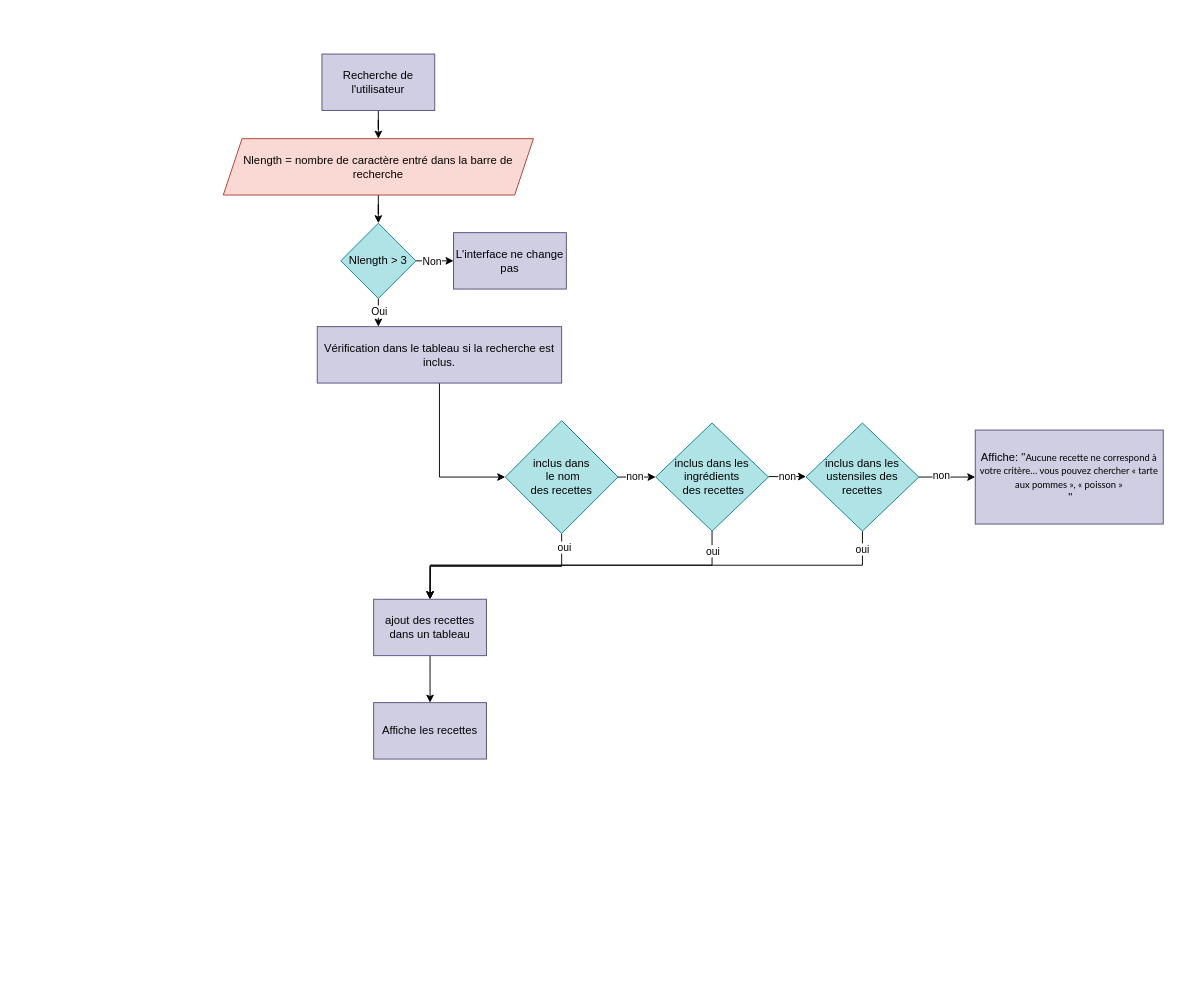
The draw.io diagram Untitled Diagram.drawio in stevebraco/algorigram, before the edit. Source tidied: cells renumbered, new cells numbered last; positions are measured from the earlier drawing's top-left corner, leaving out a move shared by most shapes. Both pictures are drawn from the tidied source at 94%, with x=0, y=0 at pixel (223, 54).
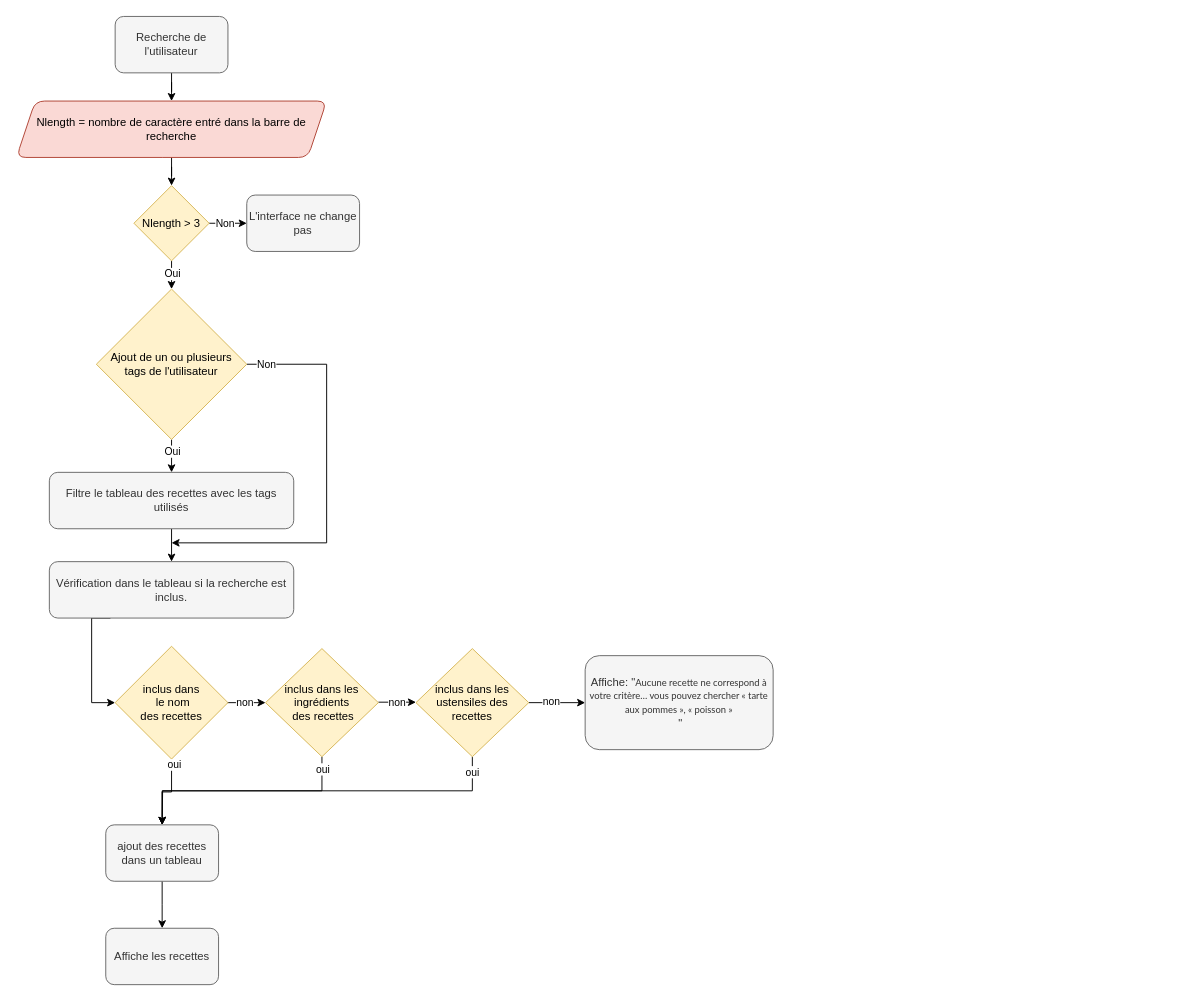
The same diagram, later.

What changed in the source:
```diff
@@
-    <mxCell id="3" value="Recherche de l'utilisateur" style="whiteSpace=wrap;html=1;labelPosition=center;verticalLabelPosition=middle;align=center;verticalAlign=middle;fillColor=#d0cee2;strokeColor=#56517e;" parent="1" vertex="1">
-      <mxGeometry x="105" width="120" height="60" as="geometry" />
+    <mxCell id="3" value="Recherche de l'utilisateur" style="whiteSpace=wrap;html=1;labelPosition=center;verticalLabelPosition=middle;align=center;verticalAlign=middle;fillColor=#f5f5f5;strokeColor=#666666;fontColor=#333333;rounded=1;" parent="1" vertex="1">
+      <mxGeometry x="-115" y="-40" width="120" height="60" as="geometry" />
     </mxCell>
@@
-    <mxCell id="5" value="Nlength = nombre de caractère entré dans la barre de recherche" style="shape=parallelogram;perimeter=parallelogramPerimeter;whiteSpace=wrap;html=1;fixedSize=1;fillColor=#fad9d5;strokeColor=#ae4132;" parent="1" vertex="1">
-      <mxGeometry y="90" width="330" height="60" as="geometry" />
+    <mxCell id="5" value="Nlength = nombre de caractère entré dans la barre de recherche" style="shape=parallelogram;perimeter=parallelogramPerimeter;whiteSpace=wrap;html=1;fixedSize=1;fillColor=#fad9d5;strokeColor=#ae4132;rounded=1;" parent="1" vertex="1">
+      <mxGeometry x="-220" y="50" width="330" height="60" as="geometry" />
     </mxCell>
@@
     <mxCell id="8" style="edgeStyle=orthogonalEdgeStyle;rounded=0;jettySize=auto;html=1;labelPosition=center;verticalLabelPosition=middle;align=center;verticalAlign=middle;" parent="1" edge="1" source="10">
       <mxGeometry relative="1" as="geometry">
-        <mxPoint x="165" y="290" as="targetPoint" />
+        <mxPoint x="-55" y="250" as="targetPoint" />
       </mxGeometry>
     </mxCell>
@@
-    <mxCell id="10" value="Nlength &amp;gt; 3" style="rhombus;whiteSpace=wrap;html=1;labelPosition=center;verticalLabelPosition=middle;align=center;verticalAlign=middle;fillColor=#b0e3e6;strokeColor=#0e8088;" parent="1" vertex="1">
-      <mxGeometry x="125" y="180" width="80" height="80" as="geometry" />
+    <mxCell id="10" value="Nlength &amp;gt; 3" style="rhombus;whiteSpace=wrap;html=1;labelPosition=center;verticalLabelPosition=middle;align=center;verticalAlign=middle;fillColor=#fff2cc;strokeColor=#d6b656;" parent="1" vertex="1">
+      <mxGeometry x="-95" y="140" width="80" height="80" as="geometry" />
     </mxCell>
-    <mxCell id="11" value="L'interface ne change pas" style="whiteSpace=wrap;html=1;labelPosition=center;verticalLabelPosition=middle;align=center;verticalAlign=middle;fillColor=#d0cee2;strokeColor=#56517e;" parent="1" vertex="1">
-      <mxGeometry x="245" y="190" width="120" height="60" as="geometry" />
+    <mxCell id="11" value="L'interface ne change pas" style="whiteSpace=wrap;html=1;labelPosition=center;verticalLabelPosition=middle;align=center;verticalAlign=middle;fillColor=#f5f5f5;strokeColor=#666666;rounded=1;fontColor=#333333;" parent="1" vertex="1">
+      <mxGeometry x="25" y="150" width="120" height="60" as="geometry" />
     </mxCell>
     <mxCell id="12" style="edgeStyle=orthogonalEdgeStyle;rounded=0;jettySize=auto;html=1;exitX=0.5;exitY=1;exitDx=0;exitDy=0;entryX=0.5;entryY=0;entryDx=0;entryDy=0;shadow=0;startArrow=none;startFill=0;endArrow=classic;endFill=1;strokeColor=default;labelPosition=center;verticalLabelPosition=middle;align=center;verticalAlign=middle;" parent="1" edge="1" source="13">
       <mxGeometry relative="1" as="geometry">
-        <mxPoint x="220" y="690" as="targetPoint" />
+        <mxPoint x="-65" y="930" as="targetPoint" />
       </mxGeometry>
     </mxCell>
-    <mxCell id="13" value="ajout des recettes dans un tableau" style="whiteSpace=wrap;html=1;labelPosition=center;verticalLabelPosition=middle;align=center;verticalAlign=middle;fillColor=#d0cee2;strokeColor=#56517e;" parent="1" vertex="1">
-      <mxGeometry x="160" y="580" width="120" height="60" as="geometry" />
+    <mxCell id="13" value="ajout des recettes dans un tableau" style="whiteSpace=wrap;html=1;labelPosition=center;verticalLabelPosition=middle;align=center;verticalAlign=middle;fillColor=#f5f5f5;strokeColor=#666666;rounded=1;fontColor=#333333;" parent="1" vertex="1">
+      <mxGeometry x="-125" y="820" width="120" height="60" as="geometry" />
     </mxCell>
     <mxCell id="14" value="non" style="edgeStyle=none;rounded=0;jettySize=auto;html=1;exitX=1;exitY=0.5;exitDx=0;exitDy=0;entryX=0;entryY=0.5;entryDx=0;entryDy=0;shadow=0;startArrow=none;startFill=0;endArrow=classic;endFill=1;strokeColor=default;labelPosition=center;verticalLabelPosition=middle;align=center;verticalAlign=middle;" parent="1" edge="1" target="21">
       <mxGeometry relative="1" as="geometry">
-        <mxPoint x="416" y="450" as="sourcePoint" />
+        <mxPoint x="1" y="690" as="sourcePoint" />
       </mxGeometry>
     </mxCell>
@@
-    <mxCell id="17" value="inclus dans&lt;br&gt;&amp;nbsp;le nom &lt;br&gt;des recettes" style="rhombus;whiteSpace=wrap;html=1;labelPosition=center;verticalLabelPosition=middle;align=center;verticalAlign=middle;fillColor=#b0e3e6;strokeColor=#0e8088;" parent="1" vertex="1">
-      <mxGeometry x="300" y="390" width="120" height="120" as="geometry" />
+    <mxCell id="17" value="inclus dans&lt;br&gt;&amp;nbsp;le nom &lt;br&gt;des recettes" style="rhombus;whiteSpace=wrap;html=1;labelPosition=center;verticalLabelPosition=middle;align=center;verticalAlign=middle;fillColor=#fff2cc;strokeColor=#d6b656;" parent="1" vertex="1">
+      <mxGeometry x="-115" y="630" width="120" height="120" as="geometry" />
     </mxCell>
     <mxCell id="18" value="non" style="edgeStyle=none;rounded=0;orthogonalLoop=1;jettySize=auto;html=1;exitX=1;exitY=0.5;exitDx=0;exitDy=0;entryX=0;entryY=0.5;entryDx=0;entryDy=0;shadow=0;startArrow=none;startFill=0;endArrow=classic;endFill=1;strokeColor=default;labelPosition=center;verticalLabelPosition=middle;align=center;verticalAlign=middle;" parent="1" edge="1">
       <mxGeometry relative="1" as="geometry">
-        <mxPoint x="580" y="449.5" as="sourcePoint" />
-        <mxPoint x="620" y="449.5" as="targetPoint" />
+        <mxPoint x="165" y="689.5" as="sourcePoint" />
+        <mxPoint x="205" y="689.5" as="targetPoint" />
       </mxGeometry>
     </mxCell>
@@
-    <mxCell id="21" value="inclus dans les ingrédients&lt;br&gt;&amp;nbsp;des recettes" style="rhombus;whiteSpace=wrap;html=1;labelPosition=center;verticalLabelPosition=middle;align=center;verticalAlign=middle;fillColor=#b0e3e6;strokeColor=#0e8088;" parent="1" vertex="1">
-      <mxGeometry x="460" y="392.5" width="120" height="115" as="geometry" />
+    <mxCell id="21" value="inclus dans les ingrédients&lt;br&gt;&amp;nbsp;des recettes" style="rhombus;whiteSpace=wrap;html=1;labelPosition=center;verticalLabelPosition=middle;align=center;verticalAlign=middle;fillColor=#fff2cc;strokeColor=#d6b656;" parent="1" vertex="1">
+      <mxGeometry x="45" y="632.5" width="120" height="115" as="geometry" />
     </mxCell>
     <mxCell id="22" style="edgeStyle=orthogonalEdgeStyle;rounded=0;jettySize=auto;html=1;exitX=0.5;exitY=1;exitDx=0;exitDy=0;shadow=0;startArrow=none;startFill=0;endArrow=classic;endFill=1;strokeColor=default;labelPosition=center;verticalLabelPosition=middle;align=center;verticalAlign=middle;" parent="1" edge="1" source="26">
       <mxGeometry relative="1" as="geometry">
-        <mxPoint x="220" y="580" as="targetPoint" />
+        <mxPoint x="-65" y="820" as="targetPoint" />
       </mxGeometry>
     </mxCell>
@@
-    <mxCell id="26" value="inclus dans les ustensiles des recettes" style="rhombus;whiteSpace=wrap;html=1;labelPosition=center;verticalLabelPosition=middle;align=center;verticalAlign=middle;fillColor=#b0e3e6;strokeColor=#0e8088;" parent="1" vertex="1">
-      <mxGeometry x="620" y="392.5" width="120" height="115" as="geometry" />
+    <mxCell id="26" value="inclus dans les ustensiles des recettes" style="rhombus;whiteSpace=wrap;html=1;labelPosition=center;verticalLabelPosition=middle;align=center;verticalAlign=middle;fillColor=#fff2cc;strokeColor=#d6b656;" parent="1" vertex="1">
+      <mxGeometry x="205" y="632.5" width="120" height="115" as="geometry" />
     </mxCell>
-    <mxCell id="27" style="edgeStyle=orthogonalEdgeStyle;rounded=0;jettySize=auto;html=1;exitX=0.5;exitY=1;exitDx=0;exitDy=0;entryX=0;entryY=0.5;entryDx=0;entryDy=0;labelPosition=center;verticalLabelPosition=middle;align=center;verticalAlign=middle;" parent="1" edge="1" source="28" target="17">
-      <mxGeometry relative="1" as="geometry" />
+    <mxCell id="27" style="edgeStyle=orthogonalEdgeStyle;rounded=0;jettySize=auto;html=1;exitX=0.25;exitY=1;exitDx=0;exitDy=0;entryX=0;entryY=0.5;entryDx=0;entryDy=0;" parent="1" edge="1" source="28" target="17">
+      <mxGeometry relative="1" as="geometry">
+        <Array as="points">
+          <mxPoint x="-140" y="600" />
+          <mxPoint x="-140" y="690" />
+        </Array>
+      </mxGeometry>
     </mxCell>
-    <mxCell id="28" value="Vérification dans le tableau si la recherche est inclus." style="whiteSpace=wrap;html=1;labelPosition=center;verticalLabelPosition=middle;align=center;verticalAlign=middle;fillColor=#d0cee2;strokeColor=#56517e;" parent="1" vertex="1">
-      <mxGeometry x="100" y="290" width="260" height="60" as="geometry" />
+    <mxCell id="28" value="Vérification dans le tableau si la recherche est inclus." style="whiteSpace=wrap;html=1;labelPosition=center;verticalLabelPosition=middle;align=center;verticalAlign=middle;fillColor=#f5f5f5;strokeColor=#666666;rounded=1;fontColor=#333333;" parent="1" vertex="1">
+      <mxGeometry x="-185" y="540" width="260" height="60" as="geometry" />
     </mxCell>
@@
-    <mxCell id="30" value="Affiche les recettes" style="whiteSpace=wrap;html=1;labelPosition=center;verticalLabelPosition=middle;align=center;verticalAlign=middle;fillColor=#d0cee2;strokeColor=#56517e;" parent="1" vertex="1">
-      <mxGeometry x="160" y="690" width="120" height="60" as="geometry" />
+    <mxCell id="30" value="Affiche les recettes" style="whiteSpace=wrap;html=1;labelPosition=center;verticalLabelPosition=middle;align=center;verticalAlign=middle;fillColor=#f5f5f5;strokeColor=#666666;rounded=1;fontColor=#333333;" parent="1" vertex="1">
+      <mxGeometry x="-125" y="930" width="120" height="60" as="geometry" />
     </mxCell>
-    <mxCell id="31" value="Affiche: &quot;&lt;span style=&quot;font-family: &amp;#34;lato&amp;#34; , sans-serif ; font-size: 10px&quot;&gt;Aucune recette ne correspond à votre critère… vous pouvez chercher « tarte aux pommes », « poisson »&lt;/span&gt;&lt;br&gt;&amp;nbsp;&quot;" style="whiteSpace=wrap;html=1;labelPosition=center;verticalLabelPosition=middle;align=center;verticalAlign=middle;fillColor=#d0cee2;strokeColor=#56517e;" parent="1" vertex="1">
-      <mxGeometry x="800" y="400" width="200" height="100" as="geometry" />
+    <mxCell id="31" value="Affiche: &quot;&lt;span style=&quot;font-family: &amp;#34;lato&amp;#34; , sans-serif ; font-size: 10px&quot;&gt;Aucune recette ne correspond à votre critère… vous pouvez chercher « tarte aux pommes », « poisson »&lt;/span&gt;&lt;br&gt;&amp;nbsp;&quot;" style="whiteSpace=wrap;html=1;labelPosition=center;verticalLabelPosition=middle;align=center;verticalAlign=middle;fillColor=#f5f5f5;strokeColor=#666666;fontColor=#333333;rounded=1;" parent="1" vertex="1">
+      <mxGeometry x="385" y="640" width="200" height="100" as="geometry" />
     </mxCell>
+    <mxCell id="32" style="edgeStyle=orthogonalEdgeStyle;rounded=0;jettySize=auto;html=1;exitX=0.5;exitY=1;exitDx=0;exitDy=0;entryX=0.5;entryY=0;entryDx=0;entryDy=0;" parent="1" edge="1" source="36" target="38">
+      <mxGeometry relative="1" as="geometry" />
+    </mxCell>
+    <mxCell id="33" value="Oui" style="edgeLabel;html=1;align=center;verticalAlign=middle;" parent="32" vertex="1">
+      <mxGeometry x="-0.14" y="3" relative="1" as="geometry">
+        <mxPoint x="-3" y="-3" as="offset" />
+      </mxGeometry>
+    </mxCell>
+    <mxCell id="34" style="edgeStyle=orthogonalEdgeStyle;rounded=0;jettySize=auto;html=1;exitX=1;exitY=0.5;exitDx=0;exitDy=0;" parent="1" edge="1" source="36">
+      <mxGeometry relative="1" as="geometry">
+        <mxPoint x="-55" y="520" as="targetPoint" />
+        <Array as="points">
+          <mxPoint x="110" y="330" />
+          <mxPoint x="110" y="520" />
+        </Array>
+      </mxGeometry>
+    </mxCell>
+    <mxCell id="35" value="Non" style="edgeLabel;html=1;align=center;verticalAlign=middle;" parent="34" vertex="1">
+      <mxGeometry x="-0.93" relative="1" as="geometry">
+        <mxPoint x="5" as="offset" />
+      </mxGeometry>
+    </mxCell>
+    <mxCell id="36" value="Ajout de un ou plusieurs&lt;br&gt;tags de l'utilisateur" style="rhombus;whiteSpace=wrap;html=1;labelPosition=center;verticalLabelPosition=middle;align=center;verticalAlign=middle;fillColor=#fff2cc;strokeColor=#d6b656;" parent="1" vertex="1">
+      <mxGeometry x="-135" y="250" width="160" height="160" as="geometry" />
+    </mxCell>
+    <mxCell id="37" style="edgeStyle=orthogonalEdgeStyle;rounded=0;jettySize=auto;html=1;exitX=0.5;exitY=1;exitDx=0;exitDy=0;entryX=0.5;entryY=0;entryDx=0;entryDy=0;" parent="1" edge="1" source="38" target="28">
+      <mxGeometry relative="1" as="geometry" />
+    </mxCell>
+    <mxCell id="38" value="Filtre le tableau des recettes avec les tags utilisés" style="whiteSpace=wrap;html=1;labelPosition=center;verticalLabelPosition=middle;align=center;verticalAlign=middle;fillColor=#f5f5f5;strokeColor=#666666;rounded=1;fontColor=#333333;" parent="1" vertex="1">
+      <mxGeometry x="-185" y="445" width="260" height="60" as="geometry" />
+    </mxCell>
```
